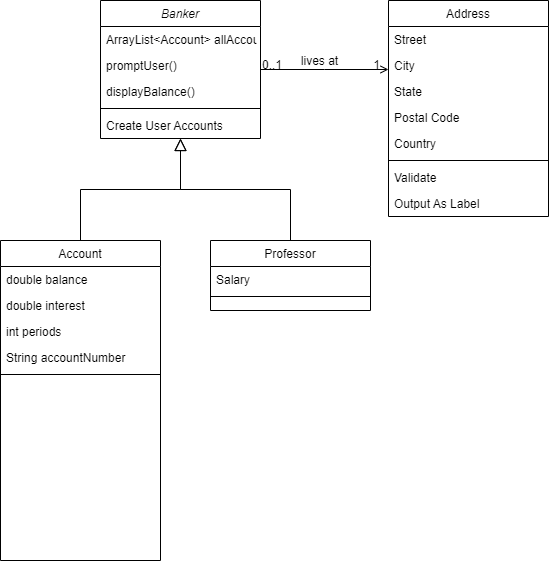
Earlier version of the draw.io export BankerClassDiagram.drawio.png (MiniWilford/Group-Assignment-Data-Structures-and-Algorithms). Source tidied: cells renumbered, new cells last; positions are measured from the earlier drawing's top-left corner, leaving out a move shared by most shapes.
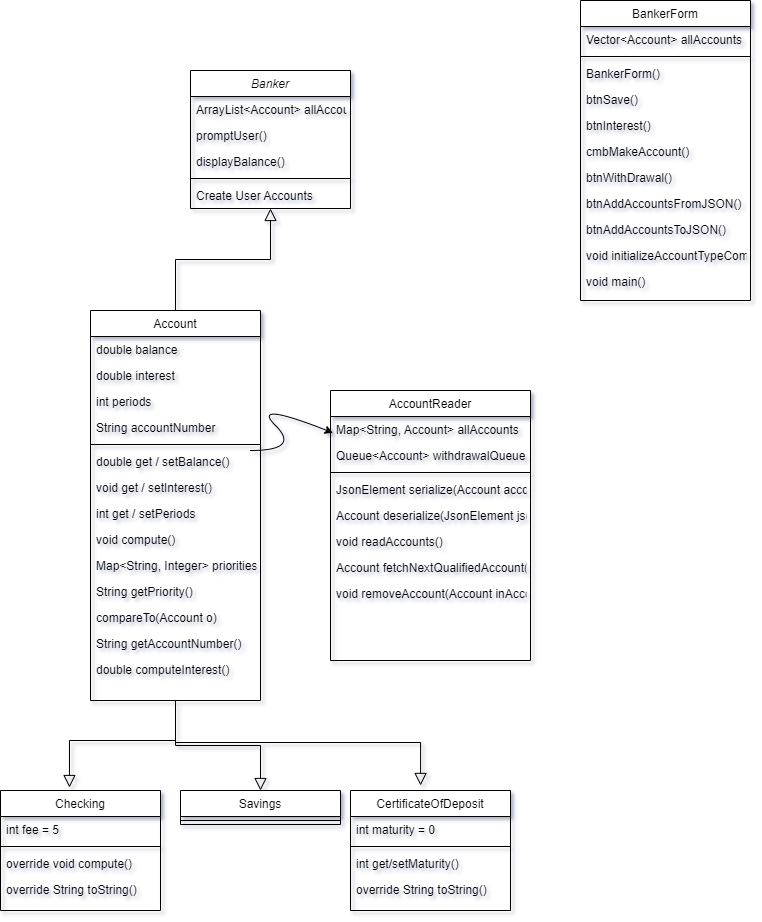
The same file after the commit.

What changed in the source:
```diff
@@ -1,4 +1,4 @@
-<mxGraphModel>
+<mxGraphModel shadow="1">
   <root>
     <mxCell id="0" />
     <mxCell id="1" parent="0" />
@@ -21,84 +21,173 @@
       <mxGeometry y="112" width="160" height="26" as="geometry" />
     </mxCell>
     <mxCell id="8" value="Account&#10;" style="swimlane;fontStyle=0;align=center;verticalAlign=top;horizontal=1;startSize=26;rounded=0;shadow=0;strokeWidth=1;" parent="1" vertex="1">
-      <mxGeometry y="240" width="160" height="320" as="geometry" />
+      <mxGeometry y="240" width="170" height="390" as="geometry" />
     </mxCell>
     <mxCell id="9" value="double balance" style="text;align=left;verticalAlign=top;spacingLeft=4;spacingRight=4;overflow=hidden;" parent="8" vertex="1">
-      <mxGeometry y="26" width="160" height="26" as="geometry" />
+      <mxGeometry y="26" width="170" height="26" as="geometry" />
     </mxCell>
     <mxCell id="10" value="double interest" style="text;align=left;verticalAlign=top;spacingLeft=4;spacingRight=4;overflow=hidden;rounded=0;shadow=0;html=0;" parent="8" vertex="1">
-      <mxGeometry y="52" width="160" height="26" as="geometry" />
+      <mxGeometry y="52" width="170" height="26" as="geometry" />
     </mxCell>
+    <mxCell id="32" style="curved=1;endArrow=classic;html=1;rounded=0;entryX=0.013;entryY=0.157;entryDx=0;entryDy=0;entryPerimeter=0;" parent="8" edge="1" target="15">
+      <mxGeometry relative="1" as="geometry">
+        <mxPoint x="160" y="140" as="sourcePoint" />
+        <Array as="points">
+          <mxPoint x="210" y="140" />
+          <mxPoint x="160" y="90" />
+        </Array>
+      </mxGeometry>
+    </mxCell>
     <mxCell id="11" value="int periods" style="text;align=left;verticalAlign=top;spacingLeft=4;spacingRight=4;overflow=hidden;" parent="8" vertex="1">
-      <mxGeometry y="78" width="160" height="26" as="geometry" />
+      <mxGeometry y="78" width="170" height="26" as="geometry" />
     </mxCell>
     <mxCell id="12" value="String accountNumber" style="text;align=left;verticalAlign=top;spacingLeft=4;spacingRight=4;overflow=hidden;" parent="8" vertex="1">
-      <mxGeometry y="104" width="160" height="26" as="geometry" />
+      <mxGeometry y="104" width="170" height="26" as="geometry" />
     </mxCell>
     <mxCell id="13" style="line;html=1;strokeWidth=1;align=left;verticalAlign=middle;spacingTop=-1;spacingLeft=3;spacingRight=3;labelPosition=right;" parent="8" vertex="1">
-      <mxGeometry y="130" width="160" height="8" as="geometry" />
+      <mxGeometry y="130" width="170" height="8" as="geometry" />
     </mxCell>
+    <mxCell id="33" value="double get / setBalance()" style="text;align=left;verticalAlign=top;spacingLeft=4;spacingRight=4;overflow=hidden;" parent="8" vertex="1">
+      <mxGeometry y="138" width="170" height="26" as="geometry" />
+    </mxCell>
+    <mxCell id="34" value="void get / setInterest()" style="text;align=left;verticalAlign=top;spacingLeft=4;spacingRight=4;overflow=hidden;" parent="8" vertex="1">
+      <mxGeometry y="164" width="170" height="26" as="geometry" />
+    </mxCell>
+    <mxCell id="35" value="int get / setPeriods" style="text;align=left;verticalAlign=top;spacingLeft=4;spacingRight=4;overflow=hidden;" parent="8" vertex="1">
+      <mxGeometry y="190" width="170" height="26" as="geometry" />
+    </mxCell>
+    <mxCell id="36" value="void compute()" style="text;align=left;verticalAlign=top;spacingLeft=4;spacingRight=4;overflow=hidden;" parent="8" vertex="1">
+      <mxGeometry y="216" width="170" height="26" as="geometry" />
+    </mxCell>
+    <mxCell id="37" value=" Map&lt;String, Integer&gt; priorities" style="text;align=left;verticalAlign=top;spacingLeft=4;spacingRight=4;overflow=hidden;" parent="8" vertex="1">
+      <mxGeometry y="242" width="170" height="26" as="geometry" />
+    </mxCell>
+    <mxCell id="38" value="String getPriority()" style="text;align=left;verticalAlign=top;spacingLeft=4;spacingRight=4;overflow=hidden;" parent="8" vertex="1">
+      <mxGeometry y="268" width="170" height="26" as="geometry" />
+    </mxCell>
+    <mxCell id="39" value="compareTo(Account o)" style="text;align=left;verticalAlign=top;spacingLeft=4;spacingRight=4;overflow=hidden;" parent="8" vertex="1">
+      <mxGeometry y="294" width="170" height="26" as="geometry" />
+    </mxCell>
+    <mxCell id="40" value="String getAccountNumber()" style="text;align=left;verticalAlign=top;spacingLeft=4;spacingRight=4;overflow=hidden;" parent="8" vertex="1">
+      <mxGeometry y="320" width="170" height="26" as="geometry" />
+    </mxCell>
+    <mxCell id="41" value="double computeInterest()" style="text;align=left;verticalAlign=top;spacingLeft=4;spacingRight=4;overflow=hidden;" parent="8" vertex="1">
+      <mxGeometry y="346" width="170" height="26" as="geometry" />
+    </mxCell>
     <mxCell id="14" style="endArrow=block;endSize=10;endFill=0;shadow=0;strokeWidth=1;rounded=0;edgeStyle=elbowEdgeStyle;elbow=vertical;" parent="1" edge="1" source="8" target="2">
       <mxGeometry relative="1" as="geometry" />
     </mxCell>
-    <mxCell id="15" value="Professor" style="swimlane;fontStyle=0;align=center;verticalAlign=top;horizontal=1;startSize=26;rounded=0;shadow=0;strokeWidth=1;" parent="1" vertex="1">
-      <mxGeometry x="210" y="240" width="160" height="70" as="geometry" />
+    <mxCell id="15" value="AccountReader" style="swimlane;fontStyle=0;align=center;verticalAlign=top;horizontal=1;startSize=26;rounded=0;shadow=0;strokeWidth=1;" parent="1" vertex="1">
+      <mxGeometry x="240" y="320" width="200" height="270" as="geometry" />
     </mxCell>
-    <mxCell id="16" value="Salary" style="text;align=left;verticalAlign=top;spacingLeft=4;spacingRight=4;overflow=hidden;" parent="15" vertex="1">
-      <mxGeometry y="26" width="160" height="26" as="geometry" />
+    <mxCell id="16" value=" Map&lt;String, Account&gt; allAccounts" style="text;align=left;verticalAlign=top;spacingLeft=4;spacingRight=4;overflow=hidden;" parent="15" vertex="1">
+      <mxGeometry y="26" width="200" height="26" as="geometry" />
     </mxCell>
+    <mxCell id="42" value="Queue&lt;Account&gt; withdrawalQueue" style="text;align=left;verticalAlign=top;spacingLeft=4;spacingRight=4;overflow=hidden;" parent="15" vertex="1">
+      <mxGeometry y="52" width="200" height="26" as="geometry" />
+    </mxCell>
     <mxCell id="17" style="line;html=1;strokeWidth=1;align=left;verticalAlign=middle;spacingTop=-1;spacingLeft=3;spacingRight=3;labelPosition=right;" parent="15" vertex="1">
-      <mxGeometry y="52" width="160" height="8" as="geometry" />
+      <mxGeometry y="78" width="200" height="8" as="geometry" />
     </mxCell>
-    <mxCell id="18" style="endArrow=block;endSize=10;endFill=0;shadow=0;strokeWidth=1;rounded=0;edgeStyle=elbowEdgeStyle;elbow=vertical;" parent="1" edge="1" source="15" target="2">
-      <mxGeometry relative="1" as="geometry" />
-    </mxCell>
+    <mxCell id="43" value="JsonElement serialize(Account account)" style="text;align=left;verticalAlign=top;spacingLeft=4;spacingRight=4;overflow=hidden;" parent="15" vertex="1">
+      <mxGeometry y="86" width="200" height="26" as="geometry" />
+    </mxCell>
+    <mxCell id="44" value="Account deserialize(JsonElement jsonElement)" style="text;align=left;verticalAlign=top;spacingLeft=4;spacingRight=4;overflow=hidden;" parent="15" vertex="1">
+      <mxGeometry y="112" width="200" height="26" as="geometry" />
+    </mxCell>
+    <mxCell id="45" value="void readAccounts()" style="text;align=left;verticalAlign=top;spacingLeft=4;spacingRight=4;overflow=hidden;" parent="15" vertex="1">
+      <mxGeometry y="138" width="200" height="26" as="geometry" />
+    </mxCell>
+    <mxCell id="46" value="Account fetchNextQualifiedAccount()" style="text;align=left;verticalAlign=top;spacingLeft=4;spacingRight=4;overflow=hidden;" parent="15" vertex="1">
+      <mxGeometry y="164" width="200" height="26" as="geometry" />
+    </mxCell>
+    <mxCell id="47" value="void removeAccount(Account inAccount)" style="text;align=left;verticalAlign=top;spacingLeft=4;spacingRight=4;overflow=hidden;" parent="15" vertex="1">
+      <mxGeometry y="190" width="200" height="26" as="geometry" />
+    </mxCell>
-    <mxCell id="19" value="Address" style="swimlane;fontStyle=0;align=center;verticalAlign=top;horizontal=1;startSize=26;rounded=0;shadow=0;strokeWidth=1;" parent="1" vertex="1">
-      <mxGeometry x="388" width="160" height="216" as="geometry" />
+    <mxCell id="19" value="Checking" style="swimlane;fontStyle=0;align=center;verticalAlign=top;horizontal=1;startSize=26;rounded=0;shadow=0;strokeWidth=1;" parent="1" vertex="1">
+      <mxGeometry x="-90" y="720" width="160" height="120" as="geometry" />
     </mxCell>
+    <mxCell id="21" value="int fee = 5" style="text;align=left;verticalAlign=top;spacingLeft=4;spacingRight=4;overflow=hidden;rounded=0;shadow=0;html=0;" parent="19" vertex="1">
+      <mxGeometry y="26" width="160" height="26" as="geometry" />
+    </mxCell>
+    <mxCell id="25" style="line;html=1;strokeWidth=1;align=left;verticalAlign=middle;spacingTop=-1;spacingLeft=3;spacingRight=3;labelPosition=right;" parent="19" vertex="1">
+      <mxGeometry y="52" width="160" height="8" as="geometry" />
+    </mxCell>
-    <mxCell id="20" value="Street" style="text;align=left;verticalAlign=top;spacingLeft=4;spacingRight=4;overflow=hidden;" parent="19" vertex="1">
-      <mxGeometry y="26" width="160" height="26" as="geometry" />
+    <mxCell id="20" value="override void compute()" style="text;align=left;verticalAlign=top;spacingLeft=4;spacingRight=4;overflow=hidden;" parent="19" vertex="1">
+      <mxGeometry y="60" width="160" height="26" as="geometry" />
     </mxCell>
-    <mxCell id="21" value="City" style="text;align=left;verticalAlign=top;spacingLeft=4;spacingRight=4;overflow=hidden;rounded=0;shadow=0;html=0;" parent="19" vertex="1">
-      <mxGeometry y="52" width="160" height="26" as="geometry" />
-    </mxCell>
-    <mxCell id="22" value="State" style="text;align=left;verticalAlign=top;spacingLeft=4;spacingRight=4;overflow=hidden;rounded=0;shadow=0;html=0;" parent="19" vertex="1">
-      <mxGeometry y="78" width="160" height="26" as="geometry" />
-    </mxCell>
-    <mxCell id="23" value="Postal Code" style="text;align=left;verticalAlign=top;spacingLeft=4;spacingRight=4;overflow=hidden;rounded=0;shadow=0;html=0;" parent="19" vertex="1">
-      <mxGeometry y="104" width="160" height="26" as="geometry" />
-    </mxCell>
-    <mxCell id="24" value="Country" style="text;align=left;verticalAlign=top;spacingLeft=4;spacingRight=4;overflow=hidden;rounded=0;shadow=0;html=0;" parent="19" vertex="1">
-      <mxGeometry y="130" width="160" height="26" as="geometry" />
-    </mxCell>
-    <mxCell id="25" style="line;html=1;strokeWidth=1;align=left;verticalAlign=middle;spacingTop=-1;spacingLeft=3;spacingRight=3;labelPosition=right;" parent="19" vertex="1">
-      <mxGeometry y="156" width="160" height="8" as="geometry" />
-    </mxCell>
-    <mxCell id="26" value="Validate" style="text;align=left;verticalAlign=top;spacingLeft=4;spacingRight=4;overflow=hidden;" parent="19" vertex="1">
-      <mxGeometry y="164" width="160" height="26" as="geometry" />
+    <mxCell id="26" value="override String toString() " style="text;align=left;verticalAlign=top;spacingLeft=4;spacingRight=4;overflow=hidden;" parent="19" vertex="1">
+      <mxGeometry y="86" width="160" height="26" as="geometry" />
     </mxCell>
-    <mxCell id="27" value="Output As Label" style="text;align=left;verticalAlign=top;spacingLeft=4;spacingRight=4;overflow=hidden;" parent="19" vertex="1">
-      <mxGeometry y="190" width="160" height="26" as="geometry" />
-    </mxCell>
-    <mxCell id="28" style="endArrow=open;shadow=0;strokeWidth=1;rounded=0;endFill=1;edgeStyle=elbowEdgeStyle;elbow=vertical;" parent="1" edge="1" source="2" target="19">
-      <mxGeometry x="0.5" y="41" relative="1" as="geometry">
-        <mxPoint x="-40" y="32" as="offset" />
-      </mxGeometry>
-    </mxCell>
-    <mxCell id="29" value="0..1" style="align=left;verticalAlign=bottom;labelBackgroundColor=none;fontSize=12;" parent="28" vertex="1">
-      <mxGeometry x="-1" relative="1" as="geometry">
-        <mxPoint y="4" as="offset" />
-      </mxGeometry>
-    </mxCell>
-    <mxCell id="30" value="1" style="align=right;verticalAlign=bottom;labelBackgroundColor=none;fontSize=12;" parent="28" vertex="1">
-      <mxGeometry x="1" relative="1" as="geometry">
-        <mxPoint x="-7" y="4" as="offset" />
-      </mxGeometry>
-    </mxCell>
-    <mxCell id="31" value="lives at" style="text;html=1;align=center;verticalAlign=middle;labelBackgroundColor=none;rounded=0;shadow=0;strokeWidth=1;fontSize=12;" parent="28" vertex="1">
-      <mxGeometry x="0.5" y="49" relative="1" as="geometry">
-        <mxPoint x="-38" y="40" as="offset" />
-      </mxGeometry>
-    </mxCell>
+    <mxCell id="48" style="endArrow=block;endSize=10;endFill=0;shadow=0;strokeWidth=1;rounded=0;edgeStyle=elbowEdgeStyle;elbow=vertical;entryX=0.431;entryY=-0.025;entryDx=0;entryDy=0;entryPerimeter=0;exitX=0.5;exitY=1;exitDx=0;exitDy=0;" parent="1" edge="1" source="8" target="19">
+      <mxGeometry relative="1" as="geometry">
+        <Array as="points">
+          <mxPoint x="30" y="670" />
+        </Array>
+      </mxGeometry>
+    </mxCell>
+    <mxCell id="49" style="endArrow=block;endSize=10;endFill=0;shadow=0;strokeWidth=1;rounded=0;edgeStyle=elbowEdgeStyle;elbow=vertical;exitX=0.5;exitY=1;exitDx=0;exitDy=0;entryX=0.5;entryY=0;entryDx=0;entryDy=0;" parent="1" edge="1" source="8" target="50">
+      <mxGeometry relative="1" as="geometry" />
+    </mxCell>
+    <mxCell id="50" value="Savings" style="swimlane;fontStyle=0;align=center;verticalAlign=top;horizontal=1;startSize=26;rounded=0;shadow=0;strokeWidth=1;" parent="1" vertex="1">
+      <mxGeometry x="90" y="720" width="160" height="34" as="geometry" />
+    </mxCell>
+    <mxCell id="51" style="line;html=1;strokeWidth=1;align=left;verticalAlign=middle;spacingTop=-1;spacingLeft=3;spacingRight=3;labelPosition=right;" parent="50" vertex="1">
+      <mxGeometry y="26" width="160" height="8" as="geometry" />
+    </mxCell>
+    <mxCell id="52" value="CertificateOfDeposit" style="swimlane;fontStyle=0;align=center;verticalAlign=top;horizontal=1;startSize=26;rounded=0;shadow=0;strokeWidth=1;" parent="1" vertex="1">
+      <mxGeometry x="260" y="720" width="160" height="120" as="geometry" />
+    </mxCell>
+    <mxCell id="53" value="int maturity = 0" style="text;align=left;verticalAlign=top;spacingLeft=4;spacingRight=4;overflow=hidden;rounded=0;shadow=0;html=0;" parent="52" vertex="1">
+      <mxGeometry y="26" width="160" height="26" as="geometry" />
+    </mxCell>
+    <mxCell id="54" style="line;html=1;strokeWidth=1;align=left;verticalAlign=middle;spacingTop=-1;spacingLeft=3;spacingRight=3;labelPosition=right;" parent="52" vertex="1">
+      <mxGeometry y="52" width="160" height="8" as="geometry" />
+    </mxCell>
+    <mxCell id="55" value="int get/setMaturity()" style="text;align=left;verticalAlign=top;spacingLeft=4;spacingRight=4;overflow=hidden;" parent="52" vertex="1">
+      <mxGeometry y="60" width="160" height="26" as="geometry" />
+    </mxCell>
+    <mxCell id="56" value="override String toString() " style="text;align=left;verticalAlign=top;spacingLeft=4;spacingRight=4;overflow=hidden;" parent="52" vertex="1">
+      <mxGeometry y="86" width="160" height="26" as="geometry" />
+    </mxCell>
+    <mxCell id="57" style="endArrow=block;endSize=10;endFill=0;shadow=0;strokeWidth=1;rounded=0;edgeStyle=elbowEdgeStyle;elbow=vertical;exitX=0.5;exitY=1;exitDx=0;exitDy=0;entryX=0.438;entryY=-0.042;entryDx=0;entryDy=0;entryPerimeter=0;" parent="1" edge="1" source="8" target="52">
+      <mxGeometry relative="1" as="geometry" />
+    </mxCell>
+    <mxCell id="58" value="BankerForm" style="swimlane;fontStyle=0;align=center;verticalAlign=top;horizontal=1;startSize=26;rounded=0;shadow=0;strokeWidth=1;" parent="1" vertex="1">
+      <mxGeometry x="490" y="-70" width="170" height="300" as="geometry" />
+    </mxCell>
+    <mxCell id="59" value="Vector&lt;Account&gt; allAccounts" style="text;align=left;verticalAlign=top;spacingLeft=4;spacingRight=4;overflow=hidden;" parent="58" vertex="1">
+      <mxGeometry y="26" width="170" height="26" as="geometry" />
+    </mxCell>
+    <mxCell id="60" style="line;html=1;strokeWidth=1;align=left;verticalAlign=middle;spacingTop=-1;spacingLeft=3;spacingRight=3;labelPosition=right;" parent="58" vertex="1">
+      <mxGeometry y="52" width="170" height="8" as="geometry" />
+    </mxCell>
+    <mxCell id="61" value="BankerForm()" style="text;align=left;verticalAlign=top;spacingLeft=4;spacingRight=4;overflow=hidden;" parent="58" vertex="1">
+      <mxGeometry y="60" width="170" height="26" as="geometry" />
+    </mxCell>
+    <mxCell id="62" value="btnSave()" style="text;align=left;verticalAlign=top;spacingLeft=4;spacingRight=4;overflow=hidden;" parent="58" vertex="1">
+      <mxGeometry y="86" width="170" height="26" as="geometry" />
+    </mxCell>
+    <mxCell id="63" value="btnInterest()" style="text;align=left;verticalAlign=top;spacingLeft=4;spacingRight=4;overflow=hidden;" parent="58" vertex="1">
+      <mxGeometry y="112" width="170" height="26" as="geometry" />
+    </mxCell>
+    <mxCell id="64" value="cmbMakeAccount()" style="text;align=left;verticalAlign=top;spacingLeft=4;spacingRight=4;overflow=hidden;" parent="58" vertex="1">
+      <mxGeometry y="138" width="170" height="26" as="geometry" />
+    </mxCell>
+    <mxCell id="65" value=" btnWithDrawal()" style="text;align=left;verticalAlign=top;spacingLeft=4;spacingRight=4;overflow=hidden;" parent="58" vertex="1">
+      <mxGeometry y="164" width="170" height="26" as="geometry" />
+    </mxCell>
+    <mxCell id="66" value="btnAddAccountsFromJSON()" style="text;align=left;verticalAlign=top;spacingLeft=4;spacingRight=4;overflow=hidden;" parent="58" vertex="1">
+      <mxGeometry y="190" width="170" height="26" as="geometry" />
+    </mxCell>
+    <mxCell id="67" value="btnAddAccountsToJSON()" style="text;align=left;verticalAlign=top;spacingLeft=4;spacingRight=4;overflow=hidden;" parent="58" vertex="1">
+      <mxGeometry y="216" width="170" height="26" as="geometry" />
+    </mxCell>
+    <mxCell id="68" value="void initializeAccountTypeComboBox()" style="text;align=left;verticalAlign=top;spacingLeft=4;spacingRight=4;overflow=hidden;" parent="58" vertex="1">
+      <mxGeometry y="242" width="170" height="26" as="geometry" />
+    </mxCell>
+    <mxCell id="69" value="void main()" style="text;align=left;verticalAlign=top;spacingLeft=4;spacingRight=4;overflow=hidden;" parent="58" vertex="1">
+      <mxGeometry y="268" width="170" height="26" as="geometry" />
+    </mxCell>
   </root>
 </mxGraphModel>
```
